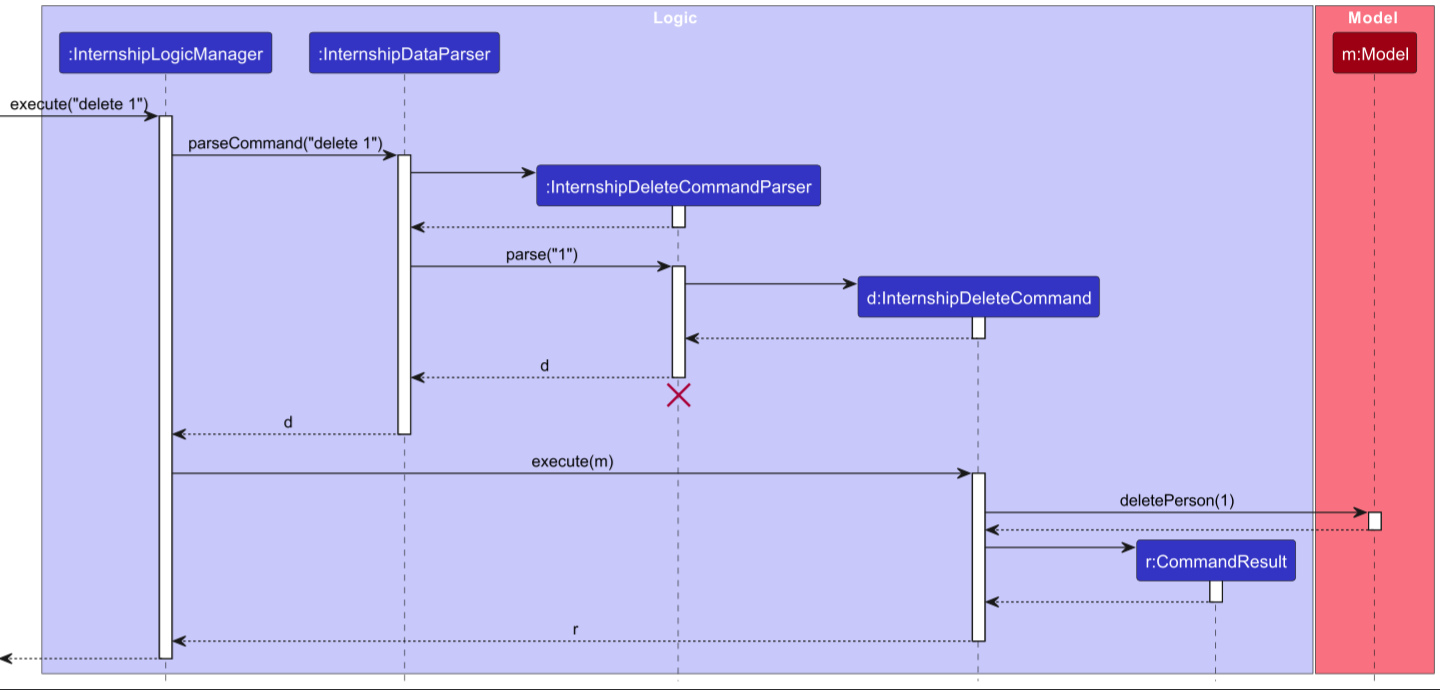
Above: docs/images/DeleteSequenceDiagram.png in theman-oj10/CareerSync (PlantUML), before the change. Its source is kept beside it as docs/diagrams/DeleteSequenceDiagram.puml.
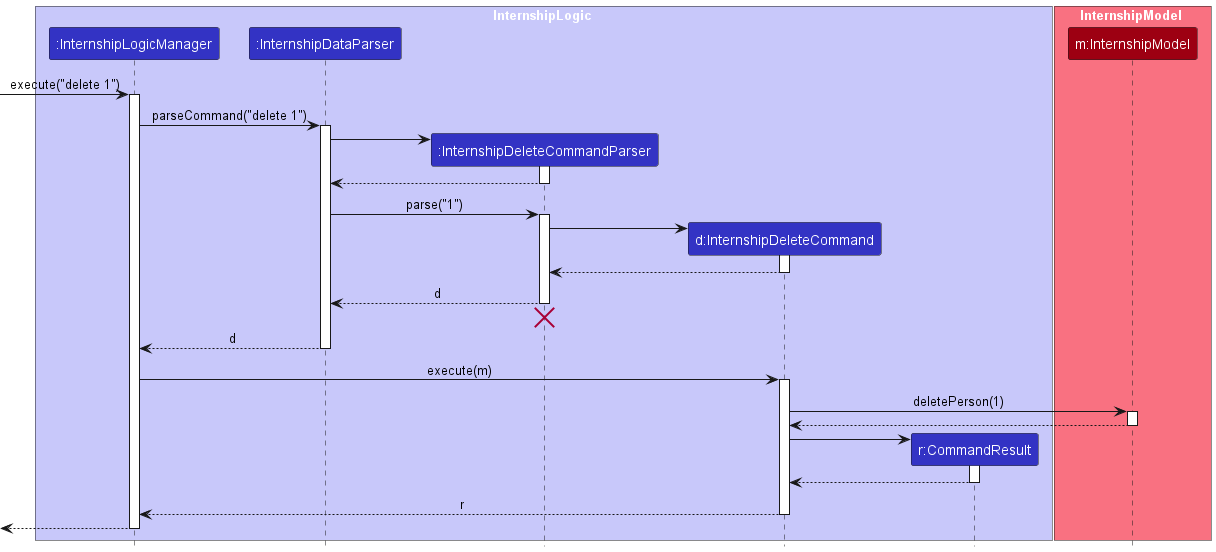
After the commit.

Change to the diagram source:
```diff
@@ -2,7 +2,7 @@
 !include style.puml
 skinparam ArrowFontStyle plain
 
-box Logic LOGIC_COLOR_T1
+box InternshipLogic LOGIC_COLOR_T1
 participant ":InternshipLogicManager" as InternshipLogicManager LOGIC_COLOR
 participant ":InternshipDataParser" as InternshipDataParser LOGIC_COLOR
 participant ":InternshipDeleteCommandParser" as InternshipDeleteCommandParser LOGIC_COLOR
@@ -10,8 +10,8 @@
 participant "r:CommandResult" as CommandResult LOGIC_COLOR
 end box
 
-box Model MODEL_COLOR_T1
-participant "m:Model" as Model MODEL_COLOR
+box InternshipModel MODEL_COLOR_T1
+participant "m:InternshipModel" as InternshipModel MODEL_COLOR
 end box
 
 [-> InternshipLogicManager : execute("delete 1")
@@ -48,11 +48,11 @@
 InternshipLogicManager -> InternshipDeleteCommand : execute(m)
 activate InternshipDeleteCommand
 
-InternshipDeleteCommand -> Model : deletePerson(1)
-activate Model
+InternshipDeleteCommand -> InternshipModel : deletePerson(1)
+activate InternshipModel
 
-Model --> InternshipDeleteCommand
-deactivate Model
+InternshipModel --> InternshipDeleteCommand
+deactivate InternshipModel
 
 create CommandResult
 InternshipDeleteCommand -> CommandResult
```
